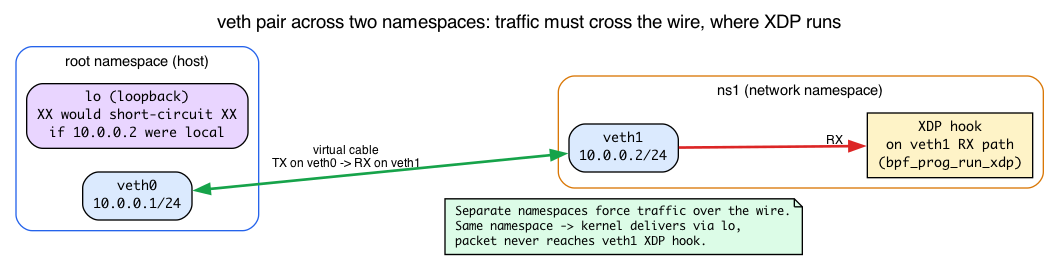
Earlier version of the Graphviz export ebpf/src/diagrams/day14_veth_netns.png (biefy/books). Its source is kept beside it as ebpf/src/diagrams/src/day14_veth_netns.dot.
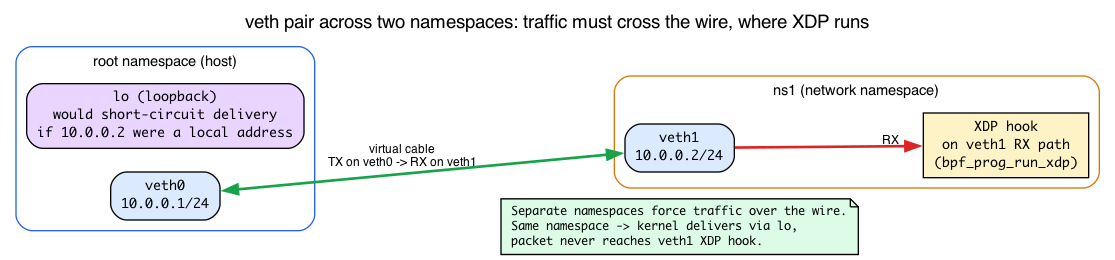
After the change.

Commit message:
ebpf: address Copilot review — fix day14 placeholder, drop tooling scripts

What changed in the source:
```diff
@@ -11,7 +11,7 @@
         veth0 [shape=box, style="filled,rounded", fillcolor="#dbeafe",
             label="veth0\n10.0.0.1/24"];
         lo [shape=box, style="filled,rounded", fillcolor="#e9d5ff",
-            label="lo (loopback)\nXX would short-circuit XX\nif 10.0.0.2 were local"];
+            label="lo (loopback)\nwould short-circuit delivery\nif 10.0.0.2 were a local address"];
     }
 
     subgraph cluster_ns1 {
```
